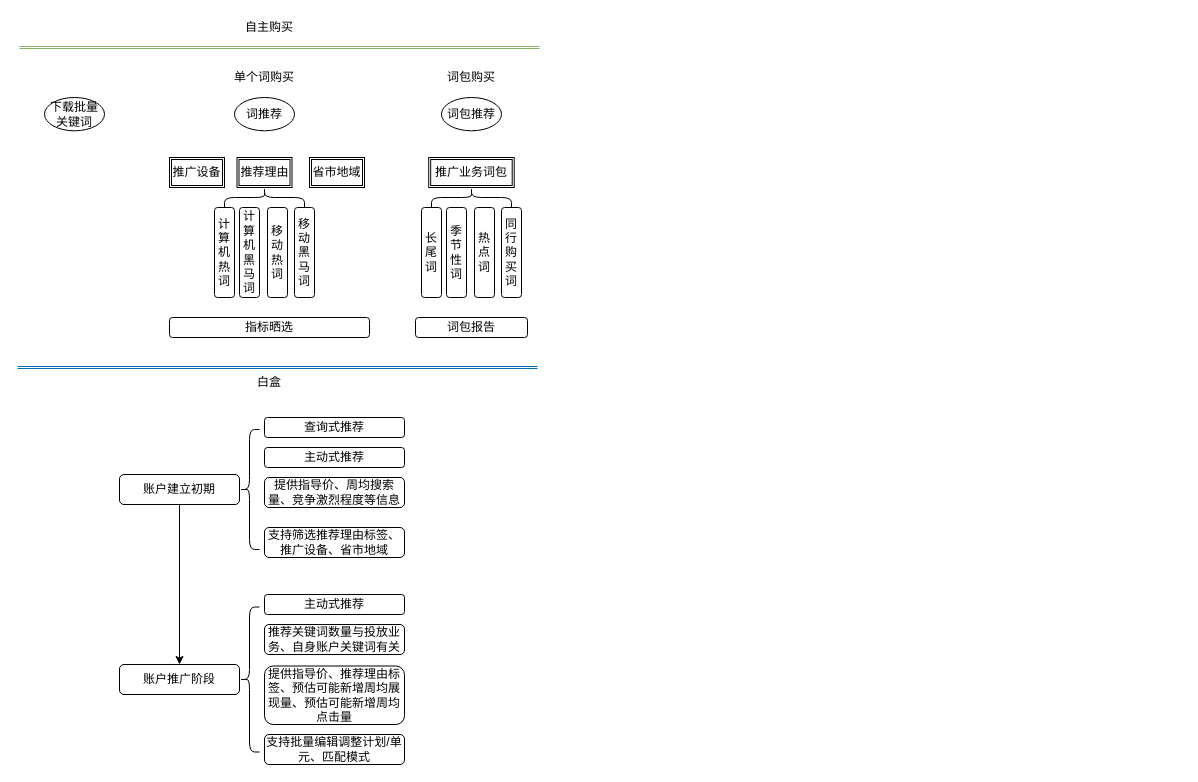
Earlier version of the draw.io diagram Untitled Diagram.drawio (JerryCatLeung/deeplearning-deploy-pipeline). Source tidied: cells renumbered, new cells numbered last; positions are measured from the earlier drawing's top-left corner, leaving out a move shared by most shapes. Both pictures are drawn from the tidied source at 100%, with x=0, y=0 at pixel (17, 17).
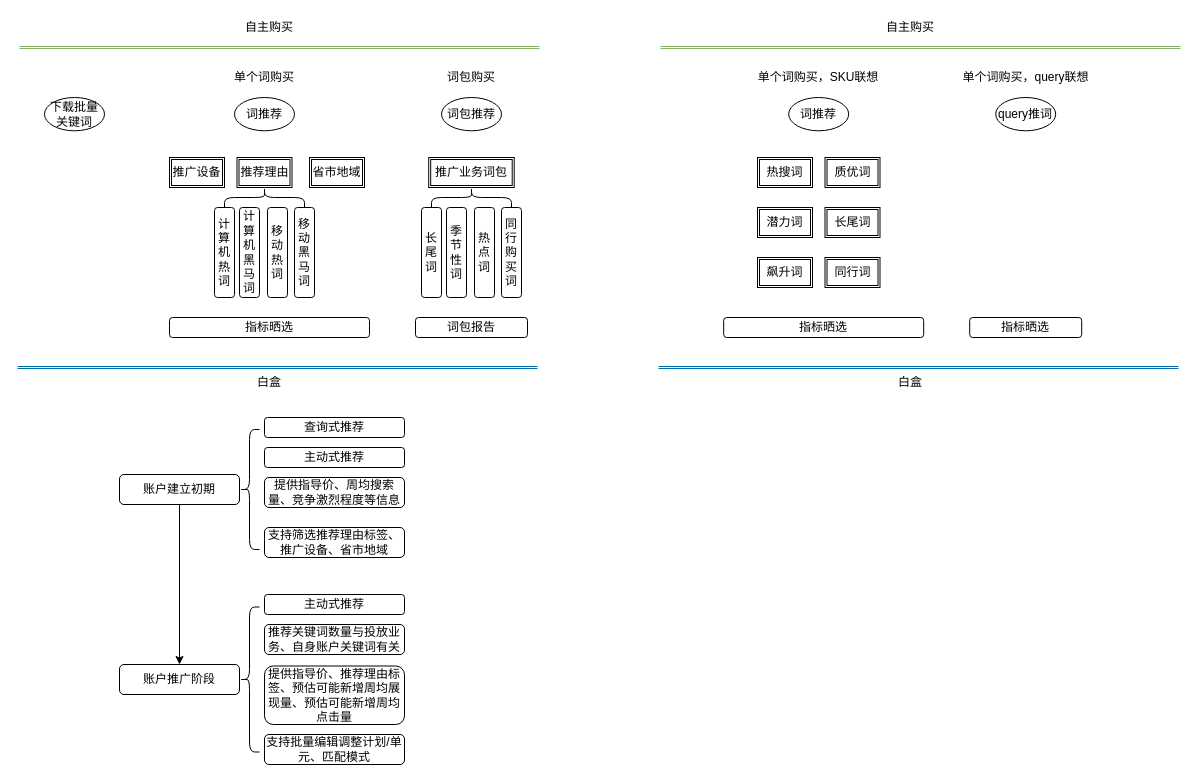
After the change.

What changed in the source:
```diff
@@
+    <mxCell id="40" style="shape=link;html=1;width=2;fillColor=#d5e8d4;strokeColor=#82b366;" parent="1" edge="1">
+      <mxGeometry relative="1" as="geometry">
+        <mxPoint x="643" y="30" as="sourcePoint" />
+        <mxPoint x="1163" y="30" as="targetPoint" />
+      </mxGeometry>
+    </mxCell>
+    <mxCell id="41" value="自主购买" style="rounded=1;whiteSpace=wrap;html=1;strokeColor=none;" parent="1" vertex="1">
+      <mxGeometry x="858" width="70" height="20" as="geometry" />
+    </mxCell>
+    <mxCell id="42" value="单个词购买，SKU联想" style="rounded=1;whiteSpace=wrap;html=1;strokeColor=none;" parent="1" vertex="1">
+      <mxGeometry x="736.2" y="50" width="130" height="20" as="geometry" />
+    </mxCell>
+    <mxCell id="43" value="query推词" style="ellipse;whiteSpace=wrap;html=1;" parent="1" vertex="1">
+      <mxGeometry x="978.2" y="80" width="60" height="33.3" as="geometry" />
+    </mxCell>
+    <mxCell id="44" value="词推荐" style="ellipse;whiteSpace=wrap;html=1;" parent="1" vertex="1">
+      <mxGeometry x="771.2" y="80" width="60" height="33.3" as="geometry" />
+    </mxCell>
+    <mxCell id="45" value="质优词" style="shape=ext;double=1;rounded=0;whiteSpace=wrap;html=1;" parent="1" vertex="1">
+      <mxGeometry x="807.5" y="140" width="55" height="30" as="geometry" />
+    </mxCell>
+    <mxCell id="46" value="热搜词" style="shape=ext;double=1;rounded=0;whiteSpace=wrap;html=1;" parent="1" vertex="1">
+      <mxGeometry x="740" y="140" width="55" height="30" as="geometry" />
+    </mxCell>
+    <mxCell id="47" value="飙升词" style="shape=ext;double=1;rounded=0;whiteSpace=wrap;html=1;" parent="1" vertex="1">
+      <mxGeometry x="740" y="240" width="55" height="30" as="geometry" />
+    </mxCell>
+    <mxCell id="48" value="指标晒选" style="rounded=1;whiteSpace=wrap;html=1;" parent="1" vertex="1">
+      <mxGeometry x="706.2" y="300" width="200" height="20" as="geometry" />
+    </mxCell>
+    <mxCell id="49" value="指标晒选" style="rounded=1;whiteSpace=wrap;html=1;" parent="1" vertex="1">
+      <mxGeometry x="952.2" y="300" width="112" height="20" as="geometry" />
+    </mxCell>
+    <mxCell id="50" style="shape=link;html=1;width=2;fillColor=#1ba1e2;strokeColor=#006EAF;" parent="1" edge="1">
+      <mxGeometry relative="1" as="geometry">
+        <mxPoint x="641" y="350" as="sourcePoint" />
+        <mxPoint x="1161" y="350" as="targetPoint" />
+      </mxGeometry>
+    </mxCell>
+    <mxCell id="51" value="单个词购买，query联想" style="rounded=1;whiteSpace=wrap;html=1;strokeColor=none;" parent="1" vertex="1">
+      <mxGeometry x="936.8" y="50" width="143" height="20" as="geometry" />
+    </mxCell>
+    <mxCell id="52" value="白盒" style="rounded=1;whiteSpace=wrap;html=1;strokeColor=none;" parent="1" vertex="1">
+      <mxGeometry x="858" y="355" width="70" height="20" as="geometry" />
+    </mxCell>
+    <mxCell id="53" value="潜力词" style="shape=ext;double=1;rounded=0;whiteSpace=wrap;html=1;" parent="1" vertex="1">
+      <mxGeometry x="740" y="190" width="55" height="30" as="geometry" />
+    </mxCell>
+    <mxCell id="54" value="长尾词" style="shape=ext;double=1;rounded=0;whiteSpace=wrap;html=1;" parent="1" vertex="1">
+      <mxGeometry x="807.5" y="190" width="55" height="30" as="geometry" />
+    </mxCell>
+    <mxCell id="55" value="同行词" style="shape=ext;double=1;rounded=0;whiteSpace=wrap;html=1;" parent="1" vertex="1">
+      <mxGeometry x="807.5" y="240" width="55" height="30" as="geometry" />
+    </mxCell>
```
